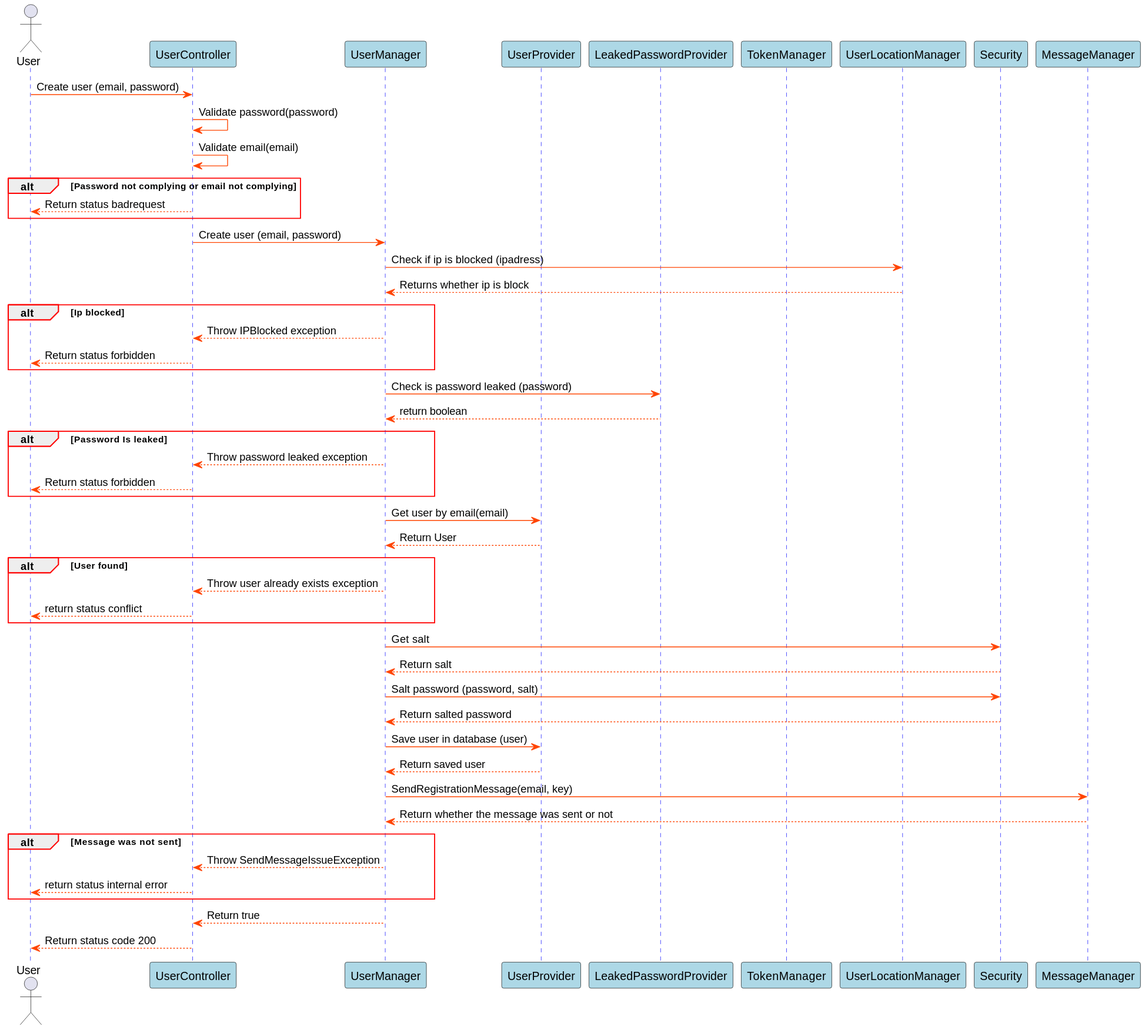
Before: Docs/out/SDDiagrams/CreateUserSD/Create User SD.svg, a diagram exported from PlantUML (blackout1471/trust-us-school).
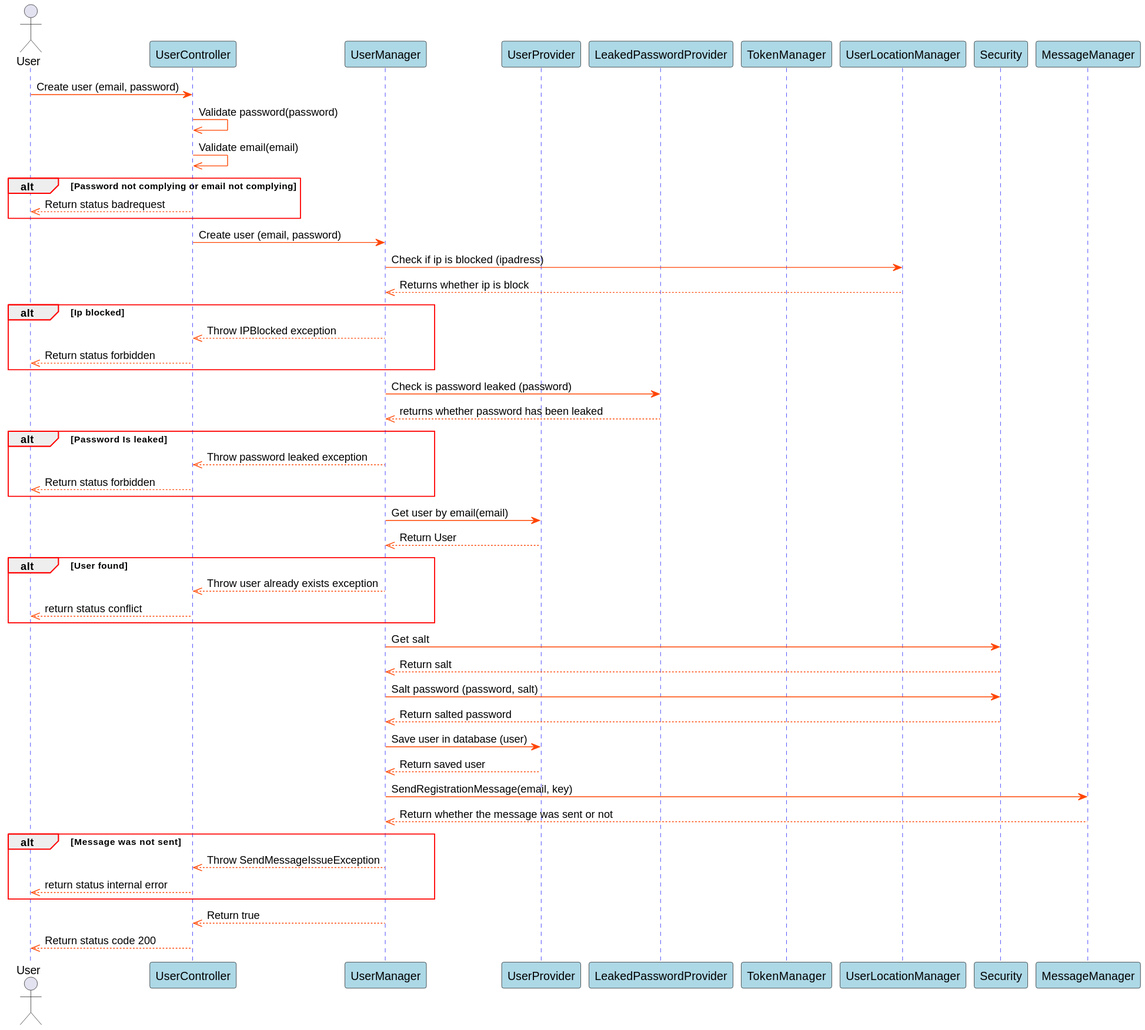
Above is the later version.

Diff of the diagram source:
```diff
@@ -24,59 +24,60 @@
 
 
 User->UserController: Create user (email, password)
-UserController->UserController: Validate password(password)
-UserController->UserController: Validate email(email)
+UserController->>UserController: Validate password(password)
+UserController->>UserController: Validate email(email)
 
 alt Password not complying or email not complying
-UserController-->User: Return status badrequest
+UserController-->>User: Return status badrequest
 end
 
 UserController->UserManager: Create user (email, password)
 UserManager->UserLocationManager: Check if ip is blocked (ipadress)
-UserLocationManager-->UserManager: Returns whether ip is block
+UserLocationManager-->>UserManager: Returns whether ip is block
 
 alt Ip blocked
-UserManager-->UserController: Throw IPBlocked exception
-UserController-->User: Return status forbidden
+UserManager-->>UserController: Throw IPBlocked exception
+UserController-->>User: Return status forbidden
 end
 
 
 UserManager->LeakedPasswordProvider: Check is password leaked (password)
-LeakedPasswordProvider-->UserManager: return boolean
+LeakedPasswordProvider-->>UserManager: returns whether password has been leaked
 
 alt Password Is leaked
-UserManager-->UserController: Throw password leaked exception
-UserController-->User: Return status forbidden
+UserManager-->>UserController: Throw password leaked exception
+UserController-->>User: Return status forbidden
 end
 
 UserManager->UserProvider: Get user by email(email)
-UserProvider-->UserManager: Return User
+UserProvider-->>UserManager: Return User
 
 alt User found
 
-UserManager-->UserController: Throw user already exists exception
-UserController-->User: return status conflict
+UserManager-->>UserController: Throw user already exists exception
+UserController-->>User: return status conflict
 
 end
 
 
 UserManager->Security: Get salt
-Security-->UserManager: Return salt
+Security-->>UserManager: Return salt
 
 UserManager->Security: Salt password (password, salt)
-Security-->UserManager: Return salted password
+Security-->>UserManager: Return salted password
 
 UserManager->UserProvider: Save user in database (user)
-UserProvider-->UserManager: Return saved user
+UserProvider-->>UserManager: Return saved user
 
 UserManager->MessageManager: SendRegistrationMessage(email, key)
-MessageManager-->UserManager: Return whether the message was sent or not
+MessageManager-->>UserManager: Return whether the message was sent or not
+
 alt Message was not sent
-UserManager --> UserController: Throw SendMessageIssueException
-UserController --> User: return status internal error
+UserManager -->> UserController: Throw SendMessageIssueException
+UserController -->> User: return status internal error
+end
 
-end
-UserManager-->UserController: Return true
-UserController-->User: Return status code 200
+UserManager-->>UserController: Return true
+UserController-->>User: Return status code 200
 
 @enduml
```
